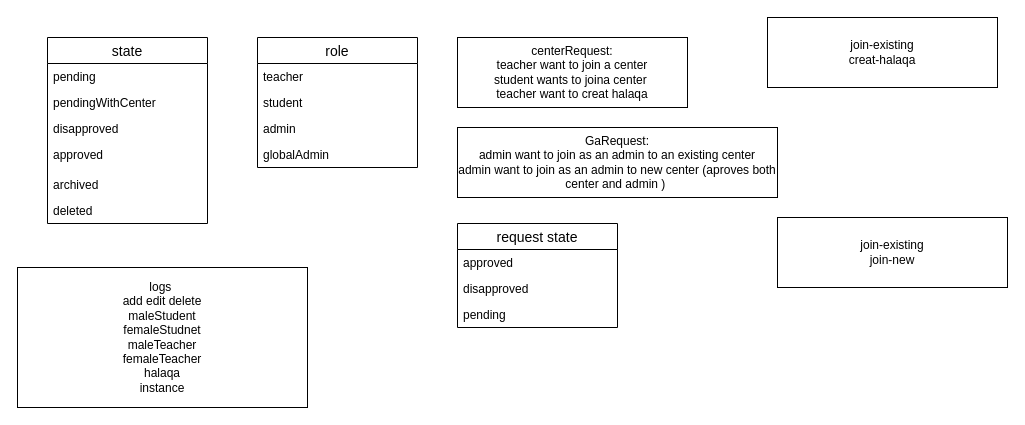
This is page "Page-2" (2 of 3) of db_design/al halaqate.drawio from Yacine-Benali/al_halaqat, a draw.io file, before an edit. Source tidied: cells renumbered, new cells numbered last; positions are measured from the earlier drawing's top-left corner, leaving out a move shared by most shapes. Both pictures are drawn from the tidied source at 100%, with x=0, y=0 at pixel (17, 17).
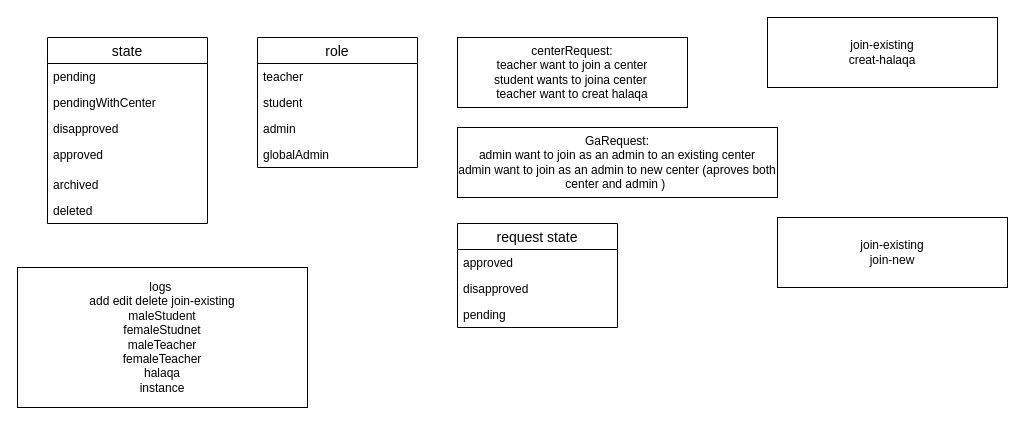
The same diagram, later.

Change to the diagram source:
```diff
@@
-    <mxCell id="22" value="&lt;span&gt;logs&amp;nbsp;&lt;/span&gt;&lt;br&gt;&lt;span&gt;add edit delete&lt;br&gt;&lt;div&gt;maleStudent&lt;/div&gt;&lt;div&gt;femaleStudnet&lt;/div&gt;&lt;div&gt;maleTeacher&lt;/div&gt;&lt;div&gt;femaleTeacher&lt;/div&gt;&lt;div&gt;halaqa&lt;/div&gt;&lt;div&gt;instance&lt;/div&gt;&lt;/span&gt;" style="rounded=0;whiteSpace=wrap;html=1;align=center;" parent="1" vertex="1">
+    <mxCell id="22" value="logs&amp;nbsp;&lt;br&gt;add edit delete join-existing&lt;br&gt;&lt;div&gt;maleStudent&lt;/div&gt;&lt;div&gt;femaleStudnet&lt;/div&gt;&lt;div&gt;maleTeacher&lt;/div&gt;&lt;div&gt;femaleTeacher&lt;/div&gt;&lt;div&gt;halaqa&lt;/div&gt;&lt;div&gt;instance&lt;/div&gt;" style="rounded=0;whiteSpace=wrap;html=1;align=center;" parent="1" vertex="1">
       <mxGeometry y="250" width="290" height="140" as="geometry" />
     </mxCell>
```
